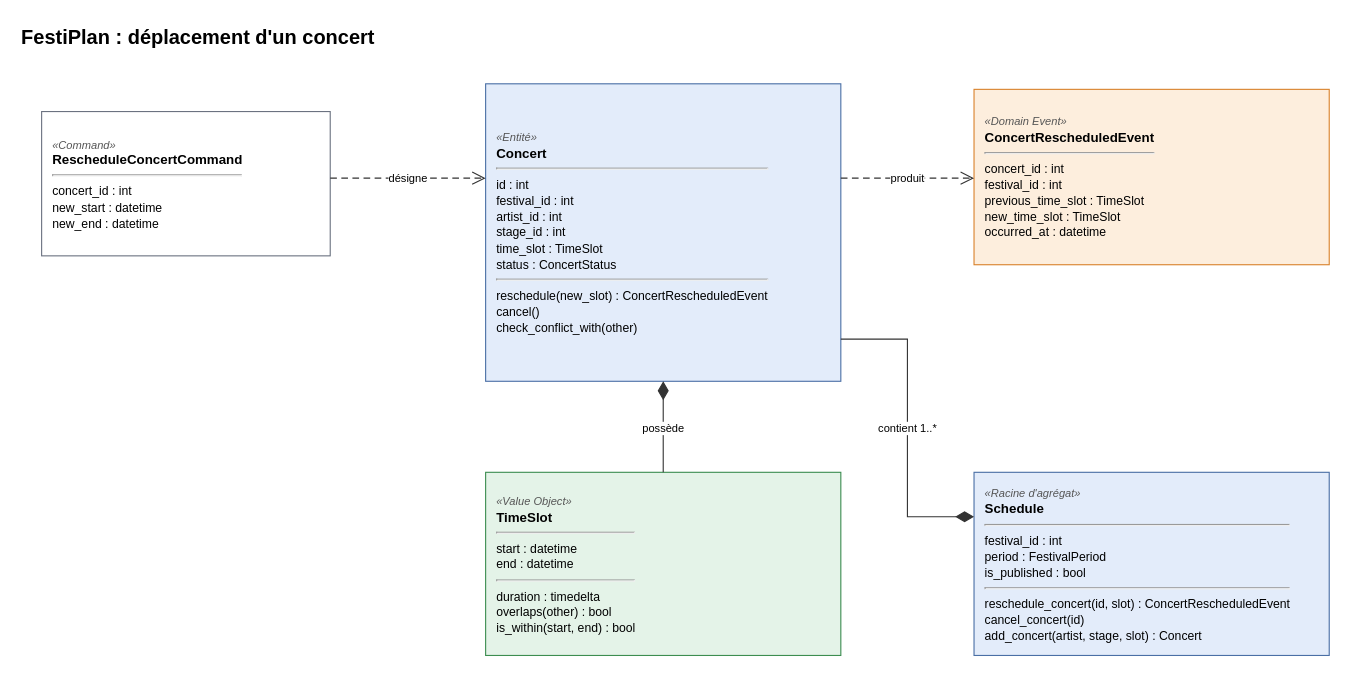
Above: docs/schemas/modele_deplacement.drawio in Seth-dell15/FestiPlan (draw.io), before the change. Source tidied: cells renumbered, new cells numbered last; positions are measured from the earlier drawing's top-left corner, leaving out a move shared by most shapes. Both pictures are drawn from the tidied source at 111%, with x=0, y=0 at pixel (19, 19).
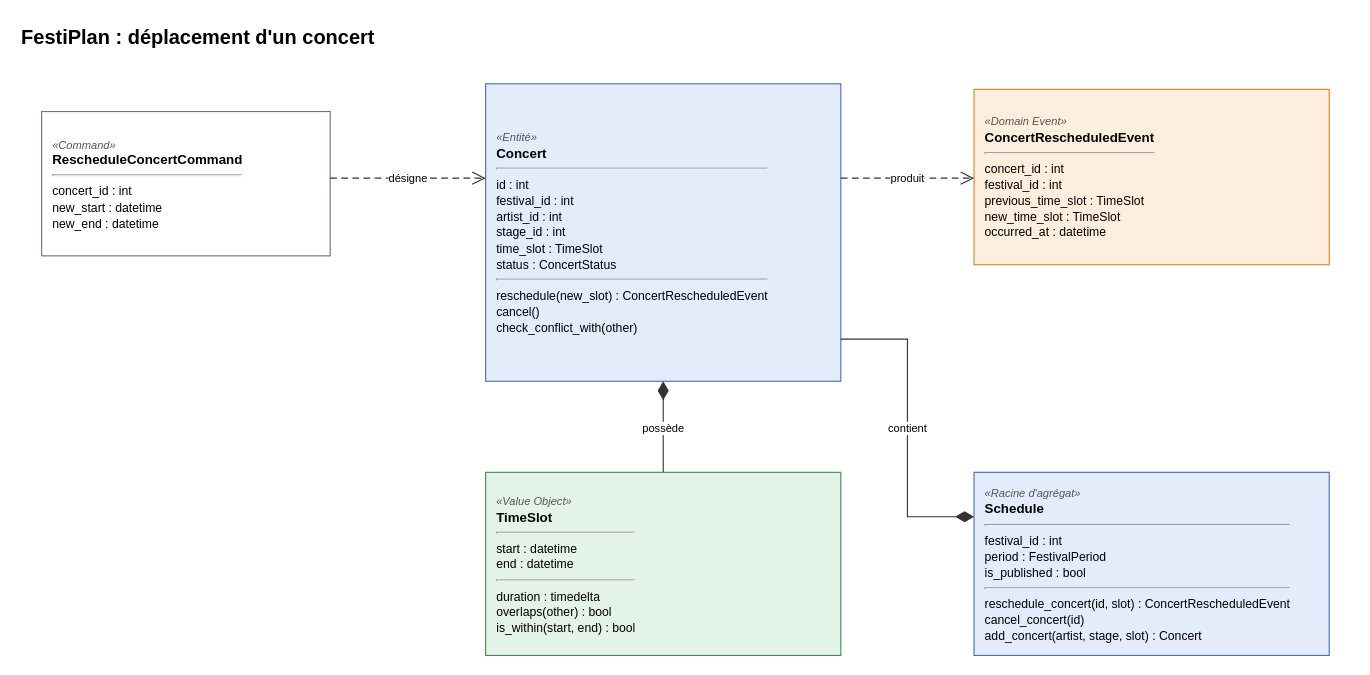
After the change.

What changed in the source:
```diff
@@
 <mxGraphModel>
   <root>
     <mxCell id="0" />
     <mxCell id="1" parent="0" />
     <mxCell id="2" value="&lt;b&gt;FestiPlan : déplacement d'un concert&lt;/b&gt;" style="text;html=1;align=left;verticalAlign=top;fontSize=18;" parent="1" vertex="1">
       <mxGeometry width="1200" height="32" as="geometry" />
     </mxCell>
     <mxCell id="3" value="&lt;i&gt;&lt;font style='font-size:10px' color='#555555'&gt;«Command»&lt;/font&gt;&lt;/i&gt;&lt;br&gt;&lt;b&gt;RescheduleConcertCommand&lt;/b&gt;&lt;hr&gt;&lt;font style='font-size:11px'&gt;concert_id : int&lt;/font&gt;&lt;br&gt;&lt;font style='font-size:11px'&gt;new_start : datetime&lt;/font&gt;&lt;br&gt;&lt;font style='font-size:11px'&gt;new_end : datetime&lt;/font&gt;" style="rounded=0;whiteSpace=wrap;html=1;fontSize=12;align=left;spacingLeft=8;verticalAlign=middle;fillColor=#ffffff;strokeColor=#6b7280;" parent="1" vertex="1">
       <mxGeometry x="20" y="83" width="260" height="130" as="geometry" />
     </mxCell>
     <mxCell id="4" value="&lt;i&gt;&lt;font style='font-size:10px' color='#555555'&gt;«Entité»&lt;/font&gt;&lt;/i&gt;&lt;br&gt;&lt;b&gt;Concert&lt;/b&gt;&lt;hr&gt;&lt;font style='font-size:11px'&gt;id : int&lt;/font&gt;&lt;br&gt;&lt;font style='font-size:11px'&gt;festival_id : int&lt;/font&gt;&lt;br&gt;&lt;font style='font-size:11px'&gt;artist_id : int&lt;/font&gt;&lt;br&gt;&lt;font style='font-size:11px'&gt;stage_id : int&lt;/font&gt;&lt;br&gt;&lt;font style='font-size:11px'&gt;time_slot : TimeSlot&lt;/font&gt;&lt;br&gt;&lt;font style='font-size:11px'&gt;status : ConcertStatus&lt;/font&gt;&lt;hr&gt;&lt;font style='font-size:11px'&gt;reschedule(new_slot) : ConcertRescheduledEvent&lt;/font&gt;&lt;br&gt;&lt;font style='font-size:11px'&gt;cancel()&lt;/font&gt;&lt;br&gt;&lt;font style='font-size:11px'&gt;check_conflict_with(other)&lt;/font&gt;" style="rounded=0;whiteSpace=wrap;html=1;fontSize=12;align=left;spacingLeft=8;verticalAlign=middle;fillColor=#e3ecfa;strokeColor=#4a6fa5;" parent="1" vertex="1">
       <mxGeometry x="420" y="58" width="320" height="268" as="geometry" />
     </mxCell>
     <mxCell id="5" value="&lt;i&gt;&lt;font style='font-size:10px' color='#555555'&gt;«Domain Event»&lt;/font&gt;&lt;/i&gt;&lt;br&gt;&lt;b&gt;ConcertRescheduledEvent&lt;/b&gt;&lt;hr&gt;&lt;font style='font-size:11px'&gt;concert_id : int&lt;/font&gt;&lt;br&gt;&lt;font style='font-size:11px'&gt;festival_id : int&lt;/font&gt;&lt;br&gt;&lt;font style='font-size:11px'&gt;previous_time_slot : TimeSlot&lt;/font&gt;&lt;br&gt;&lt;font style='font-size:11px'&gt;new_time_slot : TimeSlot&lt;/font&gt;&lt;br&gt;&lt;font style='font-size:11px'&gt;occurred_at : datetime&lt;/font&gt;" style="rounded=0;whiteSpace=wrap;html=1;fontSize=12;align=left;spacingLeft=8;verticalAlign=middle;fillColor=#fdeedd;strokeColor=#d9822b;" parent="1" vertex="1">
       <mxGeometry x="860" y="63" width="320" height="158" as="geometry" />
     </mxCell>
     <mxCell id="6" value="&lt;i&gt;&lt;font style='font-size:10px' color='#555555'&gt;«Value Object»&lt;/font&gt;&lt;/i&gt;&lt;br&gt;&lt;b&gt;TimeSlot&lt;/b&gt;&lt;hr&gt;&lt;font style='font-size:11px'&gt;start : datetime&lt;/font&gt;&lt;br&gt;&lt;font style='font-size:11px'&gt;end : datetime&lt;/font&gt;&lt;hr&gt;&lt;font style='font-size:11px'&gt;duration : timedelta&lt;/font&gt;&lt;br&gt;&lt;font style='font-size:11px'&gt;overlaps(other) : bool&lt;/font&gt;&lt;br&gt;&lt;font style='font-size:11px'&gt;is_within(start, end) : bool&lt;/font&gt;" style="rounded=0;whiteSpace=wrap;html=1;fontSize=12;align=left;spacingLeft=8;verticalAlign=middle;fillColor=#e4f3e8;strokeColor=#3c8d50;" parent="1" vertex="1">
       <mxGeometry x="420" y="408" width="320" height="165" as="geometry" />
     </mxCell>
     <mxCell id="7" value="&lt;i&gt;&lt;font style='font-size:10px' color='#555555'&gt;«Racine d'agrégat»&lt;/font&gt;&lt;/i&gt;&lt;br&gt;&lt;b&gt;Schedule&lt;/b&gt;&lt;hr&gt;&lt;font style='font-size:11px'&gt;festival_id : int&lt;/font&gt;&lt;br&gt;&lt;font style='font-size:11px'&gt;period : FestivalPeriod&lt;/font&gt;&lt;br&gt;&lt;font style='font-size:11px'&gt;is_published : bool&lt;/font&gt;&lt;hr&gt;&lt;font style='font-size:11px'&gt;reschedule_concert(id, slot) : ConcertRescheduledEvent&lt;/font&gt;&lt;br&gt;&lt;font style='font-size:11px'&gt;cancel_concert(id)&lt;/font&gt;&lt;br&gt;&lt;font style='font-size:11px'&gt;add_concert(artist, stage, slot) : Concert&lt;/font&gt;" style="rounded=0;whiteSpace=wrap;html=1;fontSize=12;align=left;spacingLeft=8;verticalAlign=middle;fillColor=#e3ecfa;strokeColor=#4a6fa5;" parent="1" vertex="1">
       <mxGeometry x="860" y="408" width="320" height="165" as="geometry" />
     </mxCell>
     <mxCell id="8" value="désigne" style="edgeStyle=none;rounded=0;html=1;strokeColor=#333333;fontSize=10;labelBackgroundColor=#ffffff;dashed=1;dashPattern=6 4;endArrow=open;endSize=10;exitX=1.0;exitY=0.4615;exitDx=0;exitDy=0;entryX=0.0;entryY=0.3172;entryDx=0;entryDy=0;" parent="1" edge="1" source="3" target="4">
       <mxGeometry relative="1" as="geometry" />
     </mxCell>
     <mxCell id="9" value="produit" style="edgeStyle=none;rounded=0;html=1;strokeColor=#333333;fontSize=10;labelBackgroundColor=#ffffff;dashed=1;dashPattern=6 4;endArrow=open;endSize=10;exitX=1.0;exitY=0.3172;exitDx=0;exitDy=0;entryX=0.0;entryY=0.5063;entryDx=0;entryDy=0;" parent="1" edge="1" source="4" target="5">
       <mxGeometry relative="1" as="geometry" />
     </mxCell>
     <mxCell id="10" value="possède" style="edgeStyle=none;rounded=0;html=1;strokeColor=#333333;fontSize=10;labelBackgroundColor=#ffffff;startArrow=diamondThin;startFill=1;startSize=14;endArrow=none;exitX=0.5;exitY=1.0;exitDx=0;exitDy=0;entryX=0.5;entryY=0.0;entryDx=0;entryDy=0;" parent="1" edge="1" source="4" target="6">
       <mxGeometry x="0.02" relative="1" as="geometry" />
     </mxCell>
-    <mxCell id="11" value="contient 1..*" style="edgeStyle=none;rounded=0;html=1;strokeColor=#333333;fontSize=10;labelBackgroundColor=#ffffff;startArrow=diamondThin;startFill=1;startSize=14;endArrow=none;exitX=0.0;exitY=0.2424;exitDx=0;exitDy=0;entryX=1.0;entryY=0.8582;entryDx=0;entryDy=0;" parent="1" edge="1" source="7" target="4">
+    <mxCell id="11" value="contient" style="edgeStyle=none;rounded=0;html=1;strokeColor=#333333;fontSize=10;labelBackgroundColor=#ffffff;startArrow=diamondThin;startFill=1;startSize=14;endArrow=none;exitX=0.0;exitY=0.2424;exitDx=0;exitDy=0;entryX=1.0;entryY=0.8582;entryDx=0;entryDy=0;" parent="1" edge="1" source="7" target="4">
       <mxGeometry relative="1" as="geometry">
         <Array as="points">
           <mxPoint x="800" y="448" />
           <mxPoint x="800" y="288" />
         </Array>
       </mxGeometry>
     </mxCell>
   </root>
 </mxGraphModel>
```
